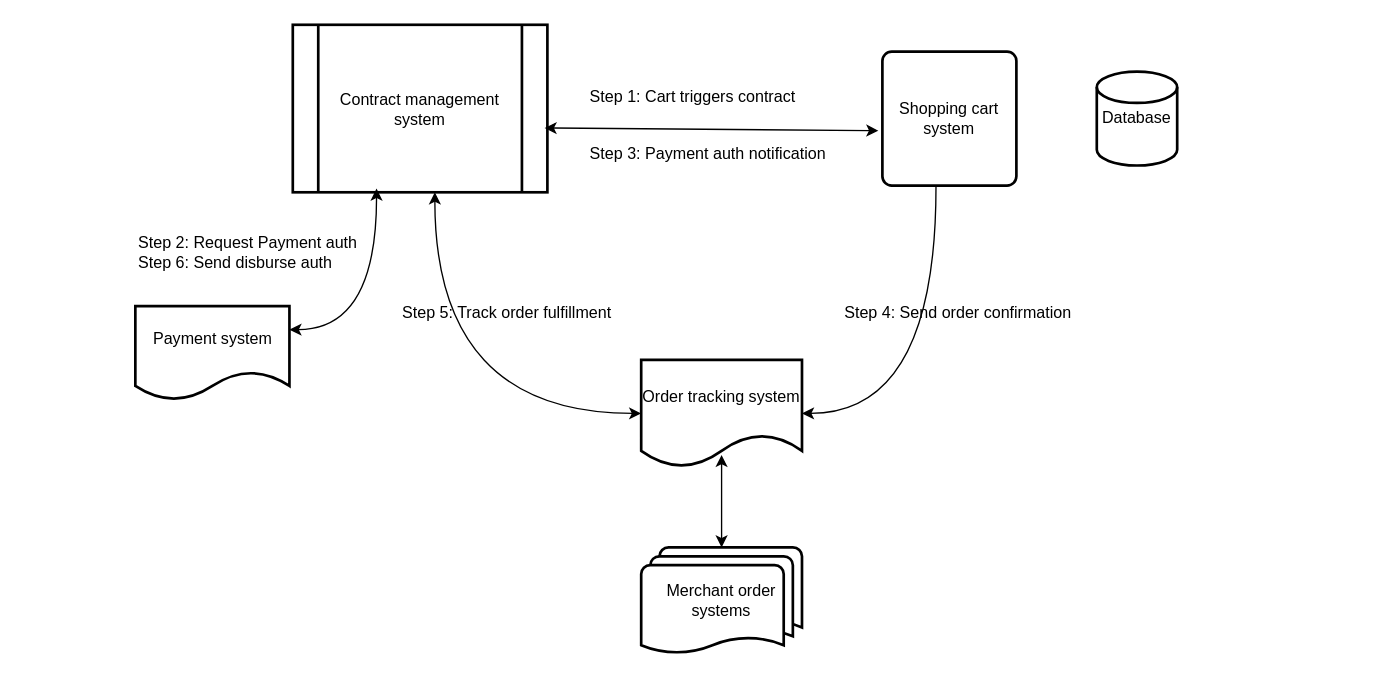
The draw.io diagram Untitled Diagram.drawio in SivAlka/innovate, before the edit. Source tidied: cells renumbered, new cells numbered last; positions are measured from the earlier drawing's top-left corner, leaving out a move shared by most shapes. Both pictures are drawn from the tidied source at 134%, with x=0, y=0 at pixel (134, 24).
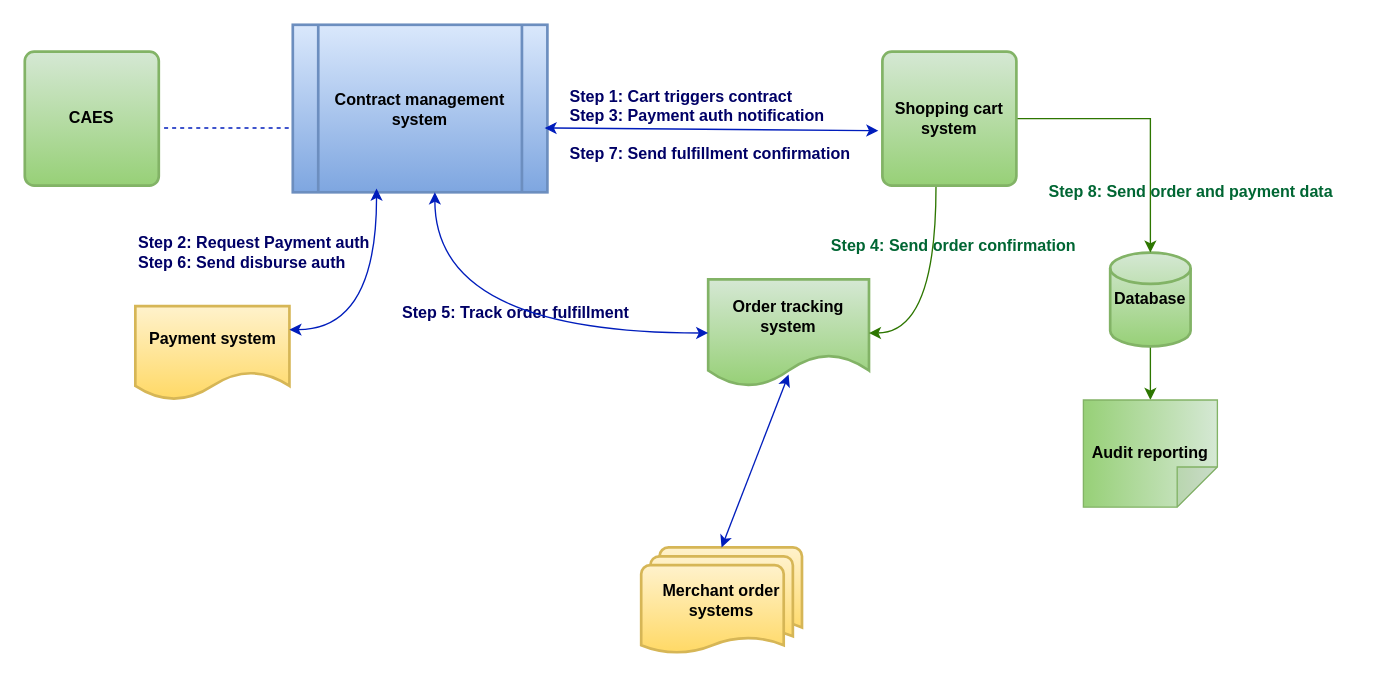
The same diagram, later.

Change to the diagram source:
```diff
@@
-    <mxCell id="2" value="Contract management system" style="shape=process;whiteSpace=wrap;html=1;backgroundOutline=1;strokeWidth=2;" parent="1" vertex="1">
+    <mxCell id="2" value="Contract management system" style="shape=process;whiteSpace=wrap;html=1;backgroundOutline=1;strokeWidth=2;fillColor=#dae8fc;gradientColor=#7ea6e0;strokeColor=#6c8ebf;fontStyle=1;" parent="1" vertex="1">
       <mxGeometry x="118" width="190" height="125" as="geometry" />
     </mxCell>
-    <mxCell id="3" value="Payment system" style="shape=document;whiteSpace=wrap;html=1;boundedLbl=1;strokeWidth=2;" parent="1" vertex="1">
+    <mxCell id="3" value="Payment system" style="shape=document;whiteSpace=wrap;html=1;boundedLbl=1;strokeWidth=2;fillColor=#fff2cc;gradientColor=#ffd966;strokeColor=#d6b656;fontStyle=1;" parent="1" vertex="1">
       <mxGeometry x="0.5" y="210" width="115" height="70" as="geometry" />
     </mxCell>
+    <mxCell id="17" style="edgeStyle=orthogonalEdgeStyle;rounded=0;jettySize=auto;html=1;fillColor=#60a917;strokeColor=#2D7600;" parent="1" edge="1" source="4" target="20">
+      <mxGeometry relative="1" as="geometry" />
+    </mxCell>
-    <mxCell id="4" value="Database" style="strokeWidth=2;html=1;shape=mxgraph.flowchart.database;whiteSpace=wrap;" parent="1" vertex="1">
-      <mxGeometry x="718" y="35" width="60" height="70" as="geometry" />
+    <mxCell id="4" value="Database" style="strokeWidth=2;html=1;shape=mxgraph.flowchart.database;whiteSpace=wrap;fillColor=#d5e8d4;strokeColor=#82b366;gradientColor=#97d077;fontStyle=1;" parent="1" vertex="1">
+      <mxGeometry x="728" y="170" width="60" height="70" as="geometry" />
     </mxCell>
+    <mxCell id="18" style="edgeStyle=orthogonalEdgeStyle;rounded=0;jettySize=auto;html=1;fillColor=#60a917;strokeColor=#2D7600;" parent="1" edge="1" source="5" target="4">
+      <mxGeometry relative="1" as="geometry" />
+    </mxCell>
-    <mxCell id="5" value="Shopping cart system" style="rounded=1;whiteSpace=wrap;html=1;absoluteArcSize=1;arcSize=14;strokeWidth=2;" parent="1" vertex="1">
+    <mxCell id="5" value="Shopping cart system" style="rounded=1;whiteSpace=wrap;html=1;absoluteArcSize=1;arcSize=14;strokeWidth=2;fillColor=#d5e8d4;strokeColor=#82b366;gradientColor=#97d077;fontStyle=1;" parent="1" vertex="1">
       <mxGeometry x="558" y="20" width="100" height="100" as="geometry" />
     </mxCell>
-    <mxCell id="6" value="Step 1: Cart triggers contract&lt;br&gt;&lt;br&gt;&lt;br&gt;Step 3: Payment auth notification" style="text;html=1;align=left;verticalAlign=middle;strokeColor=none;fillColor=none;" parent="1" vertex="1">
-      <mxGeometry x="338" y="40" width="200" height="70" as="geometry" />
+    <mxCell id="6" value="Step 1: Cart triggers contract&lt;br&gt;Step 3: Payment auth notification&lt;br&gt;&lt;br&gt;Step 7: Send fulfillment confirmation" style="text;html=1;align=left;verticalAlign=middle;strokeColor=none;fillColor=none;fontStyle=1;fontColor=#000066;" parent="1" vertex="1">
+      <mxGeometry x="323" y="40" width="230" height="70" as="geometry" />
     </mxCell>
-    <mxCell id="7" value="Order tracking system" style="shape=document;whiteSpace=wrap;html=1;boundedLbl=1;strokeWidth=2;" parent="1" vertex="1">
-      <mxGeometry x="378" y="250" width="120" height="80" as="geometry" />
+    <mxCell id="7" value="Order tracking system" style="shape=document;whiteSpace=wrap;html=1;boundedLbl=1;strokeWidth=2;fillColor=#d5e8d4;strokeColor=#82b366;gradientColor=#97d077;fontStyle=1;" parent="1" vertex="1">
+      <mxGeometry x="428" y="190" width="120" height="80" as="geometry" />
     </mxCell>
-    <mxCell id="8" value="Step 2: Request Payment auth&lt;br&gt;Step 6: Send disburse auth" style="text;html=1;align=left;verticalAlign=middle;strokeColor=none;fillColor=none;" parent="1" vertex="1">
-      <mxGeometry x="0.5" y="150" width="190" height="40" as="geometry" />
+    <mxCell id="8" value="Step 2: Request Payment auth&lt;br&gt;Step 6: Send disburse auth" style="text;html=1;align=left;verticalAlign=middle;strokeColor=none;fillColor=none;fontStyle=1;fontColor=#000066;" parent="1" vertex="1">
+      <mxGeometry x="0.5" y="150" width="200" height="40" as="geometry" />
     </mxCell>
-    <mxCell id="9" style="endArrow=classic;startArrow=classic;html=1;rounded=0;entryX=0.329;entryY=0.978;entryDx=0;entryDy=0;edgeStyle=orthogonalEdgeStyle;elbow=vertical;entryPerimeter=0;curved=1;exitX=1;exitY=0.25;exitDx=0;exitDy=0;" parent="1" edge="1" source="3" target="2">
+    <mxCell id="9" style="endArrow=classic;startArrow=classic;html=1;rounded=0;entryX=0.329;entryY=0.978;entryDx=0;entryDy=0;edgeStyle=orthogonalEdgeStyle;elbow=vertical;entryPerimeter=0;curved=1;exitX=1;exitY=0.25;exitDx=0;exitDy=0;fillColor=#0050ef;strokeColor=#001DBC;" parent="1" edge="1" source="3" target="2">
       <mxGeometry relative="1" as="geometry" />
     </mxCell>
-    <mxCell id="10" value="Step 4: Send order confirmation" style="text;html=1;align=left;verticalAlign=middle;strokeColor=none;fillColor=none;rotation=0;" parent="1" vertex="1">
-      <mxGeometry x="528" y="200" width="190" height="30" as="geometry" />
+    <mxCell id="10" value="Step 4: Send order confirmation" style="text;html=1;align=left;verticalAlign=middle;strokeColor=none;fillColor=none;rotation=0;fontStyle=1;fontColor=#006633;" parent="1" vertex="1">
+      <mxGeometry x="518" y="150" width="210" height="30" as="geometry" />
     </mxCell>
-    <mxCell id="11" value="Step 5: Track order fulfillment" style="text;html=1;align=left;verticalAlign=middle;strokeColor=none;fillColor=none;" parent="1" vertex="1">
-      <mxGeometry x="198" y="200" width="180" height="30" as="geometry" />
+    <mxCell id="11" value="Step 5: Track order fulfillment" style="text;html=1;align=left;verticalAlign=middle;strokeColor=none;fillColor=none;fontStyle=1;fontColor=#000066;" parent="1" vertex="1">
+      <mxGeometry x="198" y="200" width="190" height="30" as="geometry" />
     </mxCell>
-    <mxCell id="12" style="endArrow=classic;startArrow=classic;html=1;rounded=0;entryX=0.558;entryY=1;entryDx=0;entryDy=0;entryPerimeter=0;exitX=0;exitY=0.5;exitDx=0;exitDy=0;edgeStyle=orthogonalEdgeStyle;curved=1;" parent="1" edge="1" source="7" target="2">
+    <mxCell id="12" style="endArrow=classic;startArrow=classic;html=1;rounded=0;entryX=0.558;entryY=1;entryDx=0;entryDy=0;entryPerimeter=0;exitX=0;exitY=0.5;exitDx=0;exitDy=0;edgeStyle=orthogonalEdgeStyle;curved=1;fillColor=#0050ef;strokeColor=#001DBC;" parent="1" edge="1" source="7" target="2">
       <mxGeometry relative="1" as="geometry" />
     </mxCell>
-    <mxCell id="13" style="endArrow=classic;html=1;rounded=0;entryX=1;entryY=0.5;entryDx=0;entryDy=0;exitX=0.4;exitY=1.01;exitDx=0;exitDy=0;exitPerimeter=0;edgeStyle=orthogonalEdgeStyle;curved=1;" parent="1" edge="1" source="5" target="7">
+    <mxCell id="13" style="endArrow=classic;html=1;rounded=0;entryX=1;entryY=0.5;entryDx=0;entryDy=0;exitX=0.4;exitY=1.01;exitDx=0;exitDy=0;exitPerimeter=0;edgeStyle=orthogonalEdgeStyle;curved=1;fillColor=#60a917;strokeColor=#2D7600;" parent="1" edge="1" source="5" target="7">
       <mxGeometry relative="1" as="geometry" />
     </mxCell>
-    <mxCell id="14" value="Merchant order systems" style="strokeWidth=2;html=1;shape=mxgraph.flowchart.multi-document;whiteSpace=wrap;" parent="1" vertex="1">
+    <mxCell id="14" value="Merchant order systems" style="strokeWidth=2;html=1;shape=mxgraph.flowchart.multi-document;whiteSpace=wrap;fillColor=#fff2cc;gradientColor=#ffd966;strokeColor=#d6b656;fontStyle=1;" parent="1" vertex="1">
       <mxGeometry x="378" y="390" width="120" height="80" as="geometry" />
     </mxCell>
-    <mxCell id="15" style="endArrow=classic;startArrow=classic;html=1;rounded=0;exitX=0.989;exitY=0.616;exitDx=0;exitDy=0;exitPerimeter=0;entryX=-0.03;entryY=0.59;entryDx=0;entryDy=0;entryPerimeter=0;" parent="1" edge="1" source="2" target="5">
+    <mxCell id="15" style="endArrow=classic;startArrow=classic;html=1;rounded=0;exitX=0.989;exitY=0.616;exitDx=0;exitDy=0;exitPerimeter=0;entryX=-0.03;entryY=0.59;entryDx=0;entryDy=0;entryPerimeter=0;fillColor=#0050ef;strokeColor=#001DBC;" parent="1" edge="1" source="2" target="5">
       <mxGeometry relative="1" as="geometry" />
     </mxCell>
-    <mxCell id="16" style="endArrow=classic;startArrow=classic;html=1;rounded=0;entryX=0.5;entryY=0.888;entryDx=0;entryDy=0;entryPerimeter=0;exitX=0.5;exitY=0;exitDx=0;exitDy=0;exitPerimeter=0;" parent="1" edge="1" source="14" target="7">
+    <mxCell id="16" style="endArrow=classic;startArrow=classic;html=1;rounded=0;entryX=0.5;entryY=0.888;entryDx=0;entryDy=0;entryPerimeter=0;exitX=0.5;exitY=0;exitDx=0;exitDy=0;exitPerimeter=0;fillColor=#0050ef;strokeColor=#001DBC;" parent="1" edge="1" source="14" target="7">
       <mxGeometry relative="1" as="geometry" />
     </mxCell>
+    <mxCell id="19" value="Step 8: Send order and payment data" style="text;html=1;align=center;verticalAlign=middle;strokeColor=none;fillColor=none;fontColor=#006633;fontStyle=1;" parent="1" vertex="1">
+      <mxGeometry x="668" y="110" width="240" height="30" as="geometry" />
+    </mxCell>
+    <mxCell id="20" value="Audit reporting" style="shape=note;whiteSpace=wrap;html=1;backgroundOutline=1;darkOpacity=0.05;direction=south;fillColor=#d5e8d4;strokeColor=#82b366;gradientColor=#97d077;fontStyle=1;" parent="1" vertex="1">
+      <mxGeometry x="708" y="280" width="100" height="80" as="geometry" />
+    </mxCell>
+    <mxCell id="21" value="CAES" style="rounded=1;whiteSpace=wrap;html=1;absoluteArcSize=1;arcSize=14;strokeWidth=2;fontStyle=1;fillColor=#d5e8d4;gradientColor=#97d077;strokeColor=#82b366;" parent="1" vertex="1">
+      <mxGeometry x="-82" y="20" width="100" height="100" as="geometry" />
+    </mxCell>
+    <mxCell id="22" style="endArrow=none;dashed=1;html=1;rounded=0;entryX=1.03;entryY=0.57;entryDx=0;entryDy=0;exitX=-0.016;exitY=0.616;exitDx=0;exitDy=0;exitPerimeter=0;entryPerimeter=0;fillColor=#0050ef;strokeColor=#001DBC;" parent="1" edge="1" source="2" target="21">
+      <mxGeometry relative="1" as="geometry" />
+    </mxCell>
```
